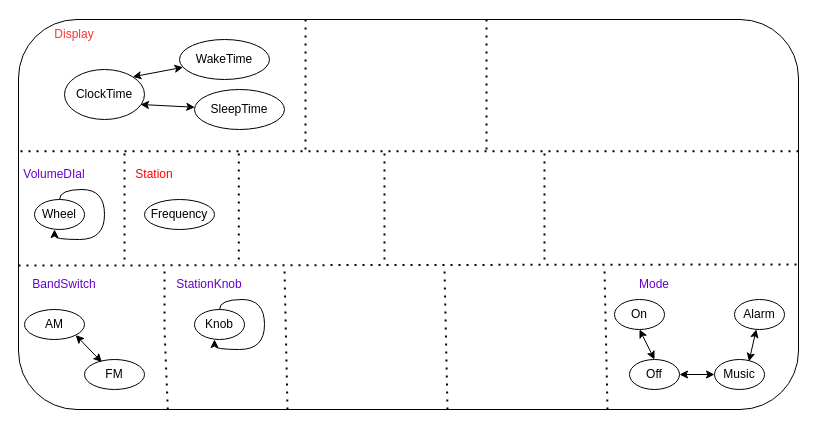
This is fms.drawio from blunik/Architecture, a draw.io file, before an edit. Source tidied: cells renumbered, new cells numbered last; positions are measured from the earlier drawing's top-left corner, leaving out a move shared by most shapes. Both pictures are drawn from the tidied source at 100%, with x=0, y=0 at pixel (18, 19).
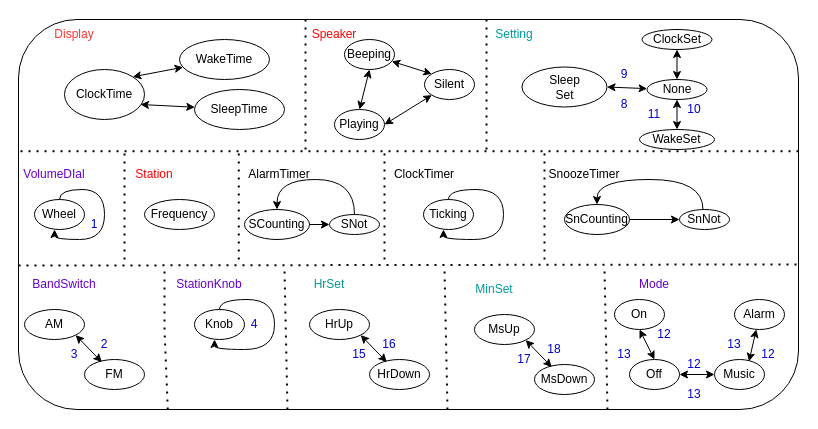
After the change.

Unchanged cells that the change refers to:
```xml
<mxCell id="22" value="Knob" style="ellipse;whiteSpace=wrap;html=1;" parent="1" vertex="1">
  <mxGeometry x="176" y="290" width="50" height="30" as="geometry" />
</mxCell>
```

The edit, as a diff of the source:
```diff
@@
     <mxCell id="23" style="endArrow=classic;html=1;rounded=0;edgeStyle=orthogonalEdgeStyle;curved=1;exitX=0.5;exitY=0;exitDx=0;exitDy=0;" parent="1" edge="1" source="22">
       <mxGeometry relative="1" as="geometry">
         <mxPoint x="196" y="320" as="targetPoint" />
         <Array as="points">
           <mxPoint x="201" y="280" />
-          <mxPoint x="246" y="280" />
-          <mxPoint x="246" y="330" />
+          <mxPoint x="256" y="280" />
+          <mxPoint x="256" y="330" />
           <mxPoint x="196" y="330" />
         </Array>
       </mxGeometry>
     </mxCell>
@@
+    <mxCell id="41" value="&lt;font color=&quot;#ff0000&quot;&gt;Speaker&lt;/font&gt;" style="text;html=1;align=center;verticalAlign=middle;whiteSpace=wrap;rounded=0;" parent="1" vertex="1">
+      <mxGeometry x="286" width="60" height="30" as="geometry" />
+    </mxCell>
+    <mxCell id="42" value="Beeping" style="ellipse;whiteSpace=wrap;html=1;" parent="1" vertex="1">
+      <mxGeometry x="326" y="20" width="50" height="30" as="geometry" />
+    </mxCell>
+    <mxCell id="43" value="Playing" style="ellipse;whiteSpace=wrap;html=1;" parent="1" vertex="1">
+      <mxGeometry x="316" y="90" width="50" height="30" as="geometry" />
+    </mxCell>
+    <mxCell id="44" value="Silent" style="ellipse;whiteSpace=wrap;html=1;" parent="1" vertex="1">
+      <mxGeometry x="406" y="50" width="50" height="30" as="geometry" />
+    </mxCell>
+    <mxCell id="45" style="endArrow=classic;startArrow=classic;html=1;rounded=0;exitX=1;exitY=0.5;exitDx=0;exitDy=0;entryX=0;entryY=1;entryDx=0;entryDy=0;" parent="1" edge="1" source="43" target="44">
+      <mxGeometry relative="1" as="geometry" />
+    </mxCell>
+    <mxCell id="46" style="endArrow=classic;startArrow=classic;html=1;rounded=0;exitX=0;exitY=0;exitDx=0;exitDy=0;" parent="1" edge="1" source="44" target="42">
+      <mxGeometry relative="1" as="geometry" />
+    </mxCell>
+    <mxCell id="47" style="endArrow=classic;startArrow=classic;html=1;rounded=0;exitX=0.5;exitY=0;exitDx=0;exitDy=0;entryX=0.5;entryY=1;entryDx=0;entryDy=0;" parent="1" edge="1" source="43" target="42">
+      <mxGeometry relative="1" as="geometry" />
+    </mxCell>
+    <mxCell id="48" value="&lt;font color=&quot;#0000cc&quot;&gt;1&lt;br&gt;&lt;/font&gt;" style="text;html=1;align=center;verticalAlign=middle;whiteSpace=wrap;rounded=0;" parent="1" vertex="1">
+      <mxGeometry x="46" y="190" width="60" height="30" as="geometry" />
+    </mxCell>
+    <mxCell id="49" value="&lt;font color=&quot;#0000cc&quot;&gt;2&lt;/font&gt;" style="text;html=1;align=center;verticalAlign=middle;whiteSpace=wrap;rounded=0;" parent="1" vertex="1">
+      <mxGeometry x="56" y="310" width="60" height="30" as="geometry" />
+    </mxCell>
+    <mxCell id="50" value="&lt;font color=&quot;#0000cc&quot;&gt;3&lt;/font&gt;" style="text;html=1;align=center;verticalAlign=middle;whiteSpace=wrap;rounded=0;" parent="1" vertex="1">
+      <mxGeometry x="26" y="320" width="60" height="30" as="geometry" />
+    </mxCell>
+    <mxCell id="51" value="&lt;font color=&quot;#0000cc&quot;&gt;4&lt;/font&gt;" style="text;html=1;align=center;verticalAlign=middle;whiteSpace=wrap;rounded=0;" parent="1" vertex="1">
+      <mxGeometry x="206" y="290" width="60" height="30" as="geometry" />
+    </mxCell>
+    <mxCell id="52" value="&lt;font color=&quot;#0000cc&quot;&gt;12&lt;/font&gt;" style="text;html=1;align=center;verticalAlign=middle;whiteSpace=wrap;rounded=0;" parent="1" vertex="1">
+      <mxGeometry x="616" y="300" width="60" height="30" as="geometry" />
+    </mxCell>
+    <mxCell id="53" value="&lt;font color=&quot;#0000cc&quot;&gt;12&lt;/font&gt;" style="text;html=1;align=center;verticalAlign=middle;whiteSpace=wrap;rounded=0;" parent="1" vertex="1">
+      <mxGeometry x="646" y="330" width="60" height="30" as="geometry" />
+    </mxCell>
+    <mxCell id="54" value="&lt;font color=&quot;#0000cc&quot;&gt;12&lt;/font&gt;" style="text;html=1;align=center;verticalAlign=middle;whiteSpace=wrap;rounded=0;" parent="1" vertex="1">
+      <mxGeometry x="720" y="320" width="60" height="30" as="geometry" />
+    </mxCell>
+    <mxCell id="55" value="&lt;font color=&quot;#0000cc&quot;&gt;13&lt;/font&gt;" style="text;html=1;align=center;verticalAlign=middle;whiteSpace=wrap;rounded=0;" parent="1" vertex="1">
+      <mxGeometry x="576" y="320" width="60" height="30" as="geometry" />
+    </mxCell>
+    <mxCell id="56" value="&lt;font color=&quot;#0000cc&quot;&gt;13&lt;/font&gt;" style="text;html=1;align=center;verticalAlign=middle;whiteSpace=wrap;rounded=0;" parent="1" vertex="1">
+      <mxGeometry x="646" y="360" width="60" height="30" as="geometry" />
+    </mxCell>
+    <mxCell id="57" value="&lt;font color=&quot;#0000cc&quot;&gt;13&lt;/font&gt;" style="text;html=1;align=center;verticalAlign=middle;whiteSpace=wrap;rounded=0;" parent="1" vertex="1">
+      <mxGeometry x="686" y="310" width="60" height="30" as="geometry" />
+    </mxCell>
+    <mxCell id="58" value="&lt;font color=&quot;#009999&quot;&gt;HrSet&lt;/font&gt;" style="text;html=1;align=center;verticalAlign=middle;whiteSpace=wrap;rounded=0;" parent="1" vertex="1">
+      <mxGeometry x="281" y="250" width="60" height="30" as="geometry" />
+    </mxCell>
+    <mxCell id="59" value="HrUp" style="ellipse;whiteSpace=wrap;html=1;" parent="1" vertex="1">
+      <mxGeometry x="291" y="290" width="60" height="30" as="geometry" />
+    </mxCell>
+    <mxCell id="60" value="HrDown" style="ellipse;whiteSpace=wrap;html=1;" parent="1" vertex="1">
+      <mxGeometry x="351" y="340" width="60" height="30" as="geometry" />
+    </mxCell>
+    <mxCell id="61" style="endArrow=classic;startArrow=classic;html=1;rounded=0;exitX=1;exitY=1;exitDx=0;exitDy=0;entryX=0.288;entryY=0.086;entryDx=0;entryDy=0;entryPerimeter=0;" parent="1" edge="1" source="59" target="60">
+      <mxGeometry relative="1" as="geometry" />
+    </mxCell>
+    <mxCell id="62" value="&lt;font color=&quot;#0000cc&quot;&gt;16&lt;/font&gt;" style="text;html=1;align=center;verticalAlign=middle;whiteSpace=wrap;rounded=0;" parent="1" vertex="1">
+      <mxGeometry x="341" y="310" width="60" height="30" as="geometry" />
+    </mxCell>
+    <mxCell id="63" value="&lt;font color=&quot;#0000cc&quot;&gt;15&lt;/font&gt;" style="text;html=1;align=center;verticalAlign=middle;whiteSpace=wrap;rounded=0;" parent="1" vertex="1">
+      <mxGeometry x="311" y="320" width="60" height="30" as="geometry" />
+    </mxCell>
+    <mxCell id="64" value="&lt;font color=&quot;#009999&quot;&gt;MinSet&lt;/font&gt;" style="text;html=1;align=center;verticalAlign=middle;whiteSpace=wrap;rounded=0;" parent="1" vertex="1">
+      <mxGeometry x="446" y="255" width="60" height="30" as="geometry" />
+    </mxCell>
+    <mxCell id="65" value="MsUp" style="ellipse;whiteSpace=wrap;html=1;" parent="1" vertex="1">
+      <mxGeometry x="456" y="295" width="60" height="30" as="geometry" />
+    </mxCell>
+    <mxCell id="66" value="MsDown" style="ellipse;whiteSpace=wrap;html=1;" parent="1" vertex="1">
+      <mxGeometry x="516" y="345" width="60" height="30" as="geometry" />
+    </mxCell>
+    <mxCell id="67" style="endArrow=classic;startArrow=classic;html=1;rounded=0;exitX=1;exitY=1;exitDx=0;exitDy=0;entryX=0.288;entryY=0.086;entryDx=0;entryDy=0;entryPerimeter=0;" parent="1" edge="1" source="65" target="66">
+      <mxGeometry relative="1" as="geometry" />
+    </mxCell>
+    <mxCell id="68" value="&lt;font color=&quot;#0000cc&quot;&gt;18&lt;/font&gt;" style="text;html=1;align=center;verticalAlign=middle;whiteSpace=wrap;rounded=0;" parent="1" vertex="1">
+      <mxGeometry x="506" y="315" width="60" height="30" as="geometry" />
+    </mxCell>
+    <mxCell id="69" value="&lt;font color=&quot;#0000cc&quot;&gt;17&lt;/font&gt;" style="text;html=1;align=center;verticalAlign=middle;whiteSpace=wrap;rounded=0;" parent="1" vertex="1">
+      <mxGeometry x="476" y="325" width="60" height="30" as="geometry" />
+    </mxCell>
+    <mxCell id="70" value="&lt;font color=&quot;#009999&quot;&gt;Setting&lt;/font&gt;" style="text;html=1;align=center;verticalAlign=middle;whiteSpace=wrap;rounded=0;" parent="1" vertex="1">
+      <mxGeometry x="466" width="60" height="30" as="geometry" />
+    </mxCell>
+    <mxCell id="71" value="&lt;div&gt;Sleep&lt;/div&gt;&lt;div&gt;Set&lt;/div&gt;" style="ellipse;whiteSpace=wrap;html=1;" parent="1" vertex="1">
+      <mxGeometry x="503.5" y="47.5" width="85" height="40" as="geometry" />
+    </mxCell>
+    <mxCell id="72" value="&lt;div&gt;ClockSet&lt;br&gt;&lt;/div&gt;" style="ellipse;whiteSpace=wrap;html=1;" parent="1" vertex="1">
+      <mxGeometry x="623.5" y="10" width="70" height="20" as="geometry" />
+    </mxCell>
+    <mxCell id="73" value="None" style="ellipse;whiteSpace=wrap;html=1;" parent="1" vertex="1">
+      <mxGeometry x="628.5" y="60" width="60" height="20" as="geometry" />
+    </mxCell>
+    <mxCell id="74" value="WakeSet" style="ellipse;whiteSpace=wrap;html=1;" parent="1" vertex="1">
+      <mxGeometry x="621" y="110" width="75" height="20" as="geometry" />
+    </mxCell>
+    <mxCell id="75" style="endArrow=classic;startArrow=classic;html=1;rounded=0;exitX=1;exitY=0.5;exitDx=0;exitDy=0;" parent="1" edge="1" source="71" target="73">
+      <mxGeometry relative="1" as="geometry" />
+    </mxCell>
+    <mxCell id="76" style="endArrow=classic;startArrow=classic;html=1;rounded=0;exitX=0.5;exitY=1;exitDx=0;exitDy=0;entryX=0.5;entryY=0;entryDx=0;entryDy=0;" parent="1" edge="1" source="73" target="74">
+      <mxGeometry relative="1" as="geometry" />
+    </mxCell>
+    <mxCell id="77" style="endArrow=classic;startArrow=classic;html=1;rounded=0;exitX=0.5;exitY=0;exitDx=0;exitDy=0;entryX=0.5;entryY=1;entryDx=0;entryDy=0;" parent="1" edge="1" source="73" target="72">
+      <mxGeometry relative="1" as="geometry" />
+    </mxCell>
+    <mxCell id="78" value="&lt;font color=&quot;#0000cc&quot;&gt;9&lt;/font&gt;" style="text;html=1;align=center;verticalAlign=middle;whiteSpace=wrap;rounded=0;" parent="1" vertex="1">
+      <mxGeometry x="576" y="40" width="60" height="30" as="geometry" />
+    </mxCell>
+    <mxCell id="79" value="&lt;font color=&quot;#0000cc&quot;&gt;8&lt;/font&gt;" style="text;html=1;align=center;verticalAlign=middle;whiteSpace=wrap;rounded=0;" parent="1" vertex="1">
+      <mxGeometry x="576" y="70" width="60" height="30" as="geometry" />
+    </mxCell>
+    <mxCell id="80" value="&lt;font color=&quot;#0000cc&quot;&gt;10&lt;/font&gt;" style="text;html=1;align=center;verticalAlign=middle;whiteSpace=wrap;rounded=0;" parent="1" vertex="1">
+      <mxGeometry x="646" y="75" width="60" height="30" as="geometry" />
+    </mxCell>
+    <mxCell id="81" value="&lt;font color=&quot;#0000cc&quot;&gt;11&lt;/font&gt;" style="text;html=1;align=center;verticalAlign=middle;whiteSpace=wrap;rounded=0;" parent="1" vertex="1">
+      <mxGeometry x="606" y="80" width="60" height="30" as="geometry" />
+    </mxCell>
+    <mxCell id="82" value="ClockTimer" style="text;html=1;align=center;verticalAlign=middle;whiteSpace=wrap;rounded=0;" parent="1" vertex="1">
+      <mxGeometry x="376" y="140" width="60" height="30" as="geometry" />
+    </mxCell>
+    <mxCell id="83" value="Ticking" style="ellipse;whiteSpace=wrap;html=1;" parent="1" vertex="1">
+      <mxGeometry x="405" y="180" width="50" height="30" as="geometry" />
+    </mxCell>
+    <mxCell id="84" style="endArrow=classic;html=1;rounded=0;edgeStyle=orthogonalEdgeStyle;curved=1;exitX=0.5;exitY=0;exitDx=0;exitDy=0;" parent="1" edge="1" source="83">
+      <mxGeometry relative="1" as="geometry">
+        <mxPoint x="425" y="210" as="targetPoint" />
+        <Array as="points">
+          <mxPoint x="430" y="170" />
+          <mxPoint x="485" y="170" />
+          <mxPoint x="485" y="220" />
+          <mxPoint x="425" y="220" />
+        </Array>
+      </mxGeometry>
+    </mxCell>
+    <mxCell id="85" value="AlarmTimer" style="text;html=1;align=center;verticalAlign=middle;whiteSpace=wrap;rounded=0;" parent="1" vertex="1">
+      <mxGeometry x="231" y="140" width="60" height="30" as="geometry" />
+    </mxCell>
+    <mxCell id="86" value="SCounting" style="ellipse;whiteSpace=wrap;html=1;" parent="1" vertex="1">
+      <mxGeometry x="226" y="190" width="65" height="30" as="geometry" />
+    </mxCell>
+    <mxCell id="87" value="SNot" style="ellipse;whiteSpace=wrap;html=1;" parent="1" vertex="1">
+      <mxGeometry x="311" y="195" width="50" height="20" as="geometry" />
+    </mxCell>
+    <mxCell id="88" style="endArrow=classic;html=1;rounded=0;exitX=1;exitY=0.5;exitDx=0;exitDy=0;entryX=0;entryY=0.5;entryDx=0;entryDy=0;" parent="1" edge="1" source="86" target="87">
+      <mxGeometry relative="1" as="geometry" />
+    </mxCell>
+    <mxCell id="89" style="endArrow=classic;html=1;rounded=0;edgeStyle=orthogonalEdgeStyle;curved=1;exitX=0.5;exitY=0;exitDx=0;exitDy=0;entryX=0.5;entryY=0;entryDx=0;entryDy=0;" parent="1" edge="1" source="87" target="86">
+      <mxGeometry relative="1" as="geometry">
+        <Array as="points">
+          <mxPoint x="336" y="160" />
+          <mxPoint x="259" y="160" />
+        </Array>
+      </mxGeometry>
+    </mxCell>
+    <mxCell id="90" value="SnoozeTimer" style="text;html=1;align=center;verticalAlign=middle;whiteSpace=wrap;rounded=0;" parent="1" vertex="1">
+      <mxGeometry x="536" y="140" width="60" height="30" as="geometry" />
+    </mxCell>
+    <mxCell id="91" value="SnCounting" style="ellipse;whiteSpace=wrap;html=1;" parent="1" vertex="1">
+      <mxGeometry x="546" y="185" width="65" height="30" as="geometry" />
+    </mxCell>
+    <mxCell id="92" value="SnNot" style="ellipse;whiteSpace=wrap;html=1;" parent="1" vertex="1">
+      <mxGeometry x="661" y="190" width="50" height="20" as="geometry" />
+    </mxCell>
+    <mxCell id="93" style="endArrow=classic;html=1;rounded=0;edgeStyle=orthogonalEdgeStyle;curved=1;exitX=0.5;exitY=0;exitDx=0;exitDy=0;entryX=0.5;entryY=0;entryDx=0;entryDy=0;" parent="1" edge="1" target="91">
+      <mxGeometry relative="1" as="geometry">
+        <mxPoint x="684.5" y="190" as="sourcePoint" />
+        <Array as="points">
+          <mxPoint x="685" y="160" />
+          <mxPoint x="579" y="160" />
+        </Array>
+      </mxGeometry>
+    </mxCell>
+    <mxCell id="94" style="endArrow=classic;html=1;rounded=0;exitX=1;exitY=0.5;exitDx=0;exitDy=0;" parent="1" edge="1" source="91" target="92">
+      <mxGeometry relative="1" as="geometry" />
+    </mxCell>
```
